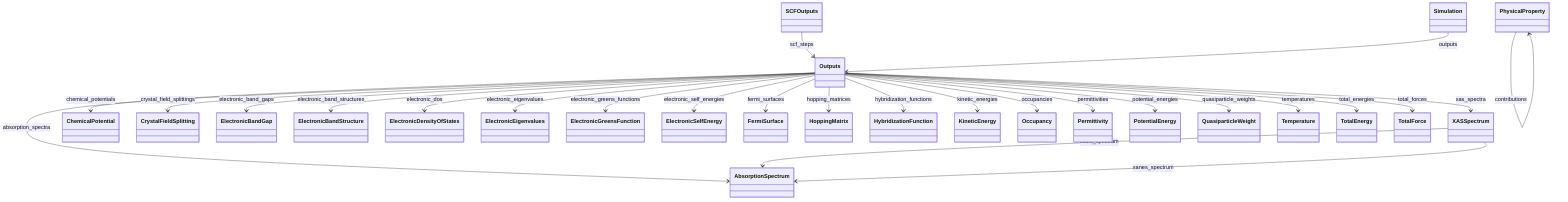
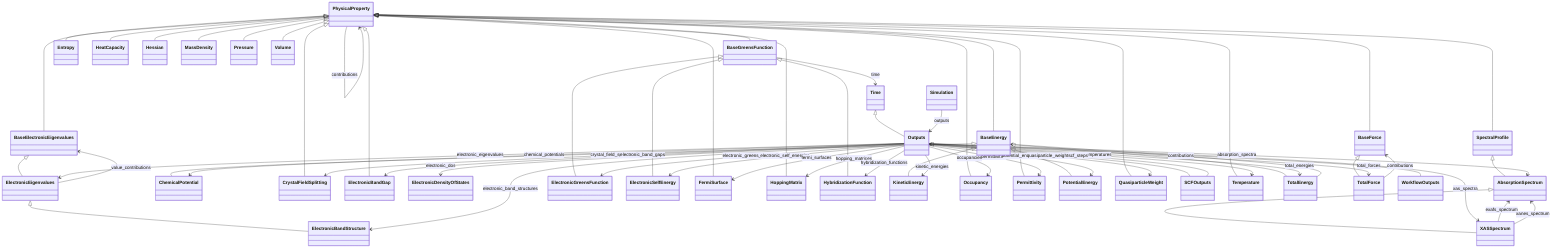
classDiagram
    class AbsorptionSpectrum
+     class BaseElectronicEigenvalues
+     class BaseEnergy
+     class BaseForce
+     class BaseGreensFunction
    class ChemicalPotential
    class CrystalFieldSplitting
    class ElectronicBandGap
    class ElectronicBandStructure
    class ElectronicDensityOfStates
    class ElectronicEigenvalues
    class ElectronicGreensFunction
    class ElectronicSelfEnergy
+     class Entropy
    class FermiSurface
+     class HeatCapacity
+     class Hessian
    class HoppingMatrix
    class HybridizationFunction
    class KineticEnergy
+     class MassDensity
    class Occupancy
    class Outputs
    class Permittivity
    class PhysicalProperty
    class PotentialEnergy
+     class Pressure
    class QuasiparticleWeight
    class SCFOutputs
    class Simulation
+     class SpectralProfile
    class Temperature
+     class Time
    class TotalEnergy
    class TotalForce
+     class Volume
+     class WorkflowOutputs
    class XASSpectrum
+     SpectralProfile <|-- AbsorptionSpectrum
+     PhysicalProperty <|-- BaseElectronicEigenvalues
+     PhysicalProperty <|-- BaseEnergy
+     PhysicalProperty <|-- BaseForce
+     PhysicalProperty <|-- BaseGreensFunction
+     BaseEnergy <|-- ChemicalPotential
+     PhysicalProperty <|-- CrystalFieldSplitting
+     PhysicalProperty <|-- ElectronicBandGap
+     ElectronicEigenvalues <|-- ElectronicBandStructure
+     BaseElectronicEigenvalues <|-- ElectronicEigenvalues
+     BaseGreensFunction <|-- ElectronicGreensFunction
+     BaseGreensFunction <|-- ElectronicSelfEnergy
+     PhysicalProperty <|-- Entropy
+     PhysicalProperty <|-- FermiSurface
+     PhysicalProperty <|-- HeatCapacity
+     PhysicalProperty <|-- Hessian
+     PhysicalProperty <|-- HoppingMatrix
+     BaseGreensFunction <|-- HybridizationFunction
+     BaseEnergy <|-- KineticEnergy
+     PhysicalProperty <|-- MassDensity
+     PhysicalProperty <|-- Occupancy
+     Time <|-- Outputs
+     PhysicalProperty <|-- Permittivity
+     BaseEnergy <|-- PotentialEnergy
+     PhysicalProperty <|-- Pressure
+     PhysicalProperty <|-- QuasiparticleWeight
+     Outputs <|-- SCFOutputs
+     PhysicalProperty <|-- SpectralProfile
+     PhysicalProperty <|-- Temperature
+     BaseEnergy <|-- TotalEnergy
+     BaseForce <|-- TotalForce
+     PhysicalProperty <|-- Volume
+     Outputs <|-- WorkflowOutputs
+     AbsorptionSpectrum <|-- XASSpectrum
+     BaseGreensFunction --> Time : time
+     ElectronicEigenvalues --> BaseElectronicEigenvalues : value_contributions
    Outputs --> AbsorptionSpectrum : absorption_spectra
    Outputs --> ChemicalPotential : chemical_potentials
    Outputs --> CrystalFieldSplitting : crystal_field_splittings
    Outputs --> ElectronicBandGap : electronic_band_gaps
    Outputs --> ElectronicBandStructure : electronic_band_structures
    Outputs --> ElectronicDensityOfStates : electronic_dos
    Outputs --> ElectronicEigenvalues : electronic_eigenvalues
    Outputs --> ElectronicGreensFunction : electronic_greens_functions
    Outputs --> ElectronicSelfEnergy : electronic_self_energies
    Outputs --> FermiSurface : fermi_surfaces
    Outputs --> HoppingMatrix : hopping_matrices
    Outputs --> HybridizationFunction : hybridization_functions
    Outputs --> KineticEnergy : kinetic_energies
    Outputs --> Occupancy : occupancies
    Outputs --> Permittivity : permittivities
    Outputs --> PotentialEnergy : potential_energies
    Outputs --> QuasiparticleWeight : quasiparticle_weights
    Outputs --> Temperature : temperatures
    Outputs --> TotalEnergy : total_energies
    Outputs --> TotalForce : total_forces
    Outputs --> XASSpectrum : xas_spectra
    PhysicalProperty --> PhysicalProperty : contributions
    SCFOutputs --> Outputs : scf_steps
    Simulation --> Outputs : outputs
+     TotalEnergy --> BaseEnergy : contributions
+     TotalForce --> BaseForce : contributions
    XASSpectrum --> AbsorptionSpectrum : exafs_spectrum
    XASSpectrum --> AbsorptionSpectrum : xanes_spectrum
